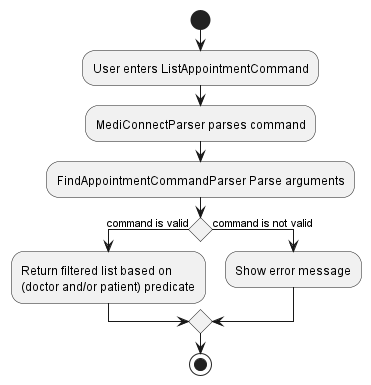
yanghengtang/tp keeps this PlantUML diagram as docs/images/ListAppointmentCommandActivityDiagram.png. Above is the earlier version. The source it was exported from:
```plantuml
@startuml
start
:User enters ListAppointmentCommand;
:MediConnectParser parses command;
:FindAppointmentCommandParser Parse arguments;

if () then (command is valid)
    :Return filtered list based on \n(doctor and/or patient) predicate;
else (command is not valid)
    :Show error message;
endif
stop
@enduml
```
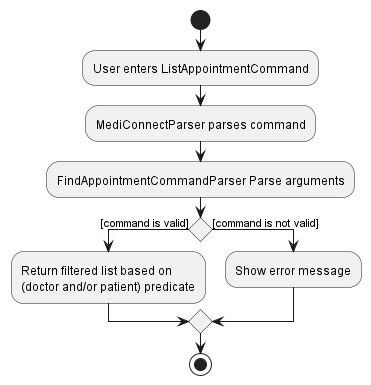
Later version of the same file.

Commit message:
Update ListAppointment Activity Diagram

The edit, as a diff of the source:
```diff
@@ -4,9 +4,9 @@
 :MediConnectParser parses command;
 :FindAppointmentCommandParser Parse arguments;
 
-if () then (command is valid)
+if () then ([command is valid])
     :Return filtered list based on \n(doctor and/or patient) predicate;
-else (command is not valid)
+else ([command is not valid])
     :Show error message;
 endif
 stop
```
